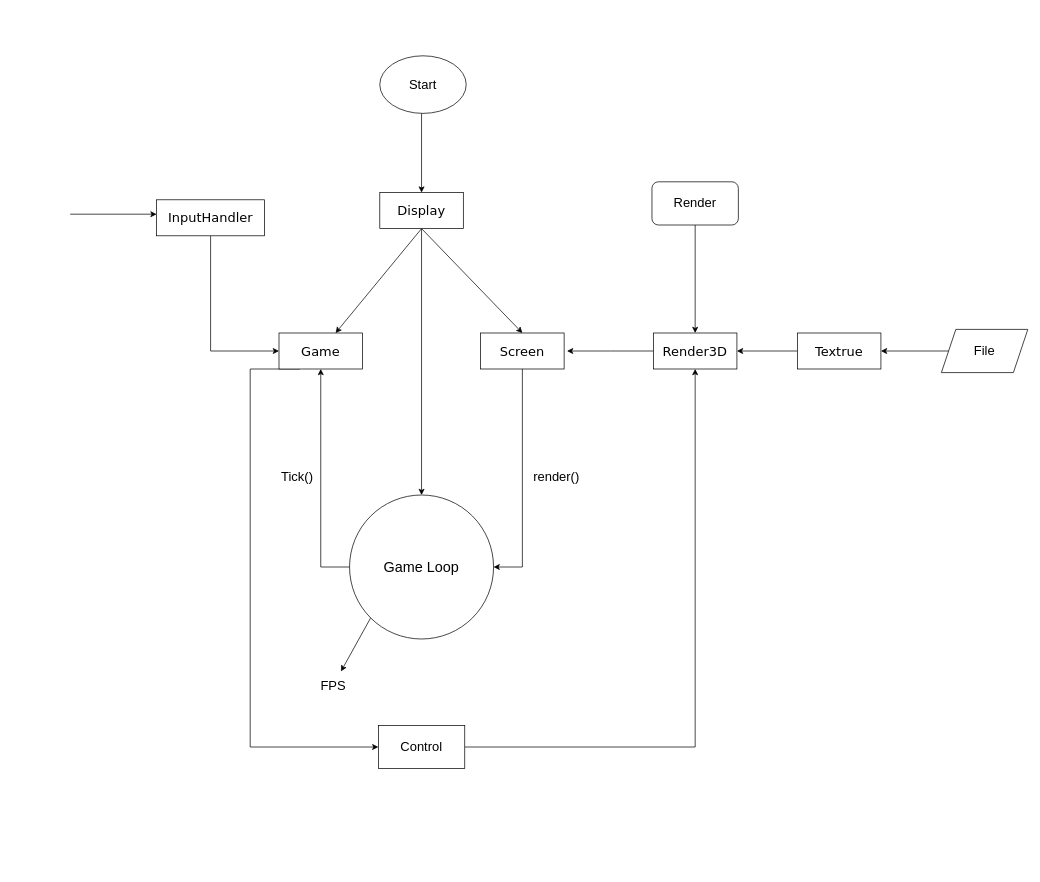
Before: 3D FPS GAME.drawio in xiaodongYao/DrawIO, a draw.io diagram. Source tidied: cells renumbered, new cells numbered last; positions are measured from the earlier drawing's top-left corner, leaving out a move shared by most shapes. Both pictures are drawn from the tidied source at 72%, with x=0, y=0 at pixel (70, 55).
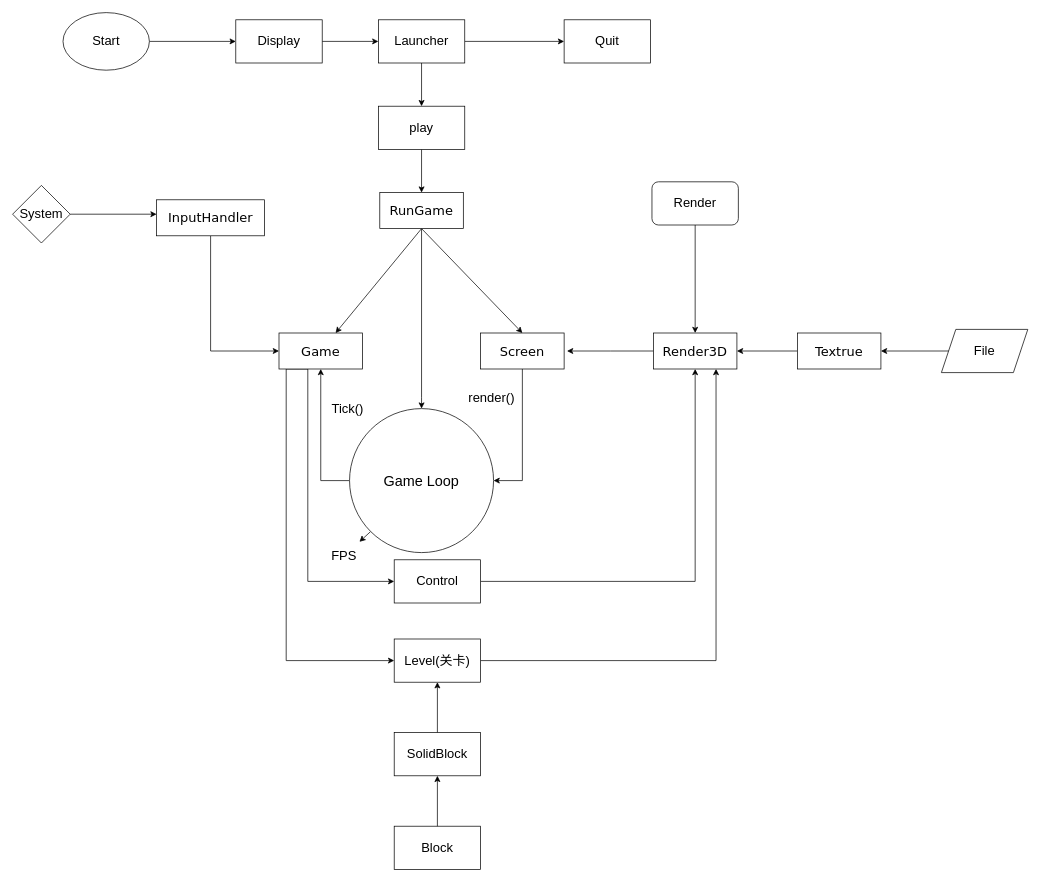
The same page after the edit.

Unchanged cells that the change refers to:
```xml
<mxCell id="7" value="Game" style="rounded=0;whiteSpace=wrap;html=1;fontFamily=Verdana;fontSize=18;" parent="1" vertex="1">
  <mxGeometry x="290" y="385" width="116" height="50" as="geometry" />
</mxCell>
<mxCell id="10" value="Render3D" style="rounded=0;whiteSpace=wrap;html=1;fontFamily=Verdana;fontSize=18;" parent="1" vertex="1">
  <mxGeometry x="810" y="385" width="116" height="50" as="geometry" />
</mxCell>
```

What changed in the source:
```diff
@@
     <mxCell id="4" style="edgeStyle=orthogonalEdgeStyle;rounded=0;jettySize=auto;html=1;exitX=0.5;exitY=1;exitDx=0;exitDy=0;entryX=0.5;entryY=0;entryDx=0;entryDy=0;" parent="1" edge="1" source="5" target="21">
-      <mxGeometry relative="1" as="geometry" />
+      <mxGeometry relative="1" as="geometry">
+        <Array as="points">
+          <mxPoint x="488" y="475" />
+        </Array>
+      </mxGeometry>
     </mxCell>
-    <mxCell id="5" value="Display" style="rounded=0;whiteSpace=wrap;html=1;fontFamily=Verdana;fontSize=18;" parent="1" vertex="1">
+    <mxCell id="5" value="RunGame" style="rounded=0;whiteSpace=wrap;html=1;fontFamily=Verdana;fontSize=18;" parent="1" vertex="1">
       <mxGeometry x="430" y="190" width="116" height="50" as="geometry" />
     </mxCell>
     <mxCell id="6" style="edgeStyle=orthogonalEdgeStyle;rounded=0;jettySize=auto;html=1;exitX=0.25;exitY=1;exitDx=0;exitDy=0;entryX=0;entryY=0.5;entryDx=0;entryDy=0;" parent="1" edge="1" source="7" target="29">
       <mxGeometry relative="1" as="geometry">
         <Array as="points">
-          <mxPoint x="250" y="435" />
-          <mxPoint x="250" y="960" />
+          <mxPoint x="330" y="435" />
+          <mxPoint x="330" y="730" />
         </Array>
       </mxGeometry>
     </mxCell>
+    <mxCell id="31" style="edgeStyle=orthogonalEdgeStyle;rounded=0;jettySize=auto;html=1;exitX=0.25;exitY=1;exitDx=0;exitDy=0;entryX=0;entryY=0.5;entryDx=0;entryDy=0;" parent="1" edge="1" source="7" target="34">
+      <mxGeometry relative="1" as="geometry">
+        <Array as="points">
+          <mxPoint x="300" y="435" />
+          <mxPoint x="300" y="840" />
+        </Array>
+      </mxGeometry>
+    </mxCell>
@@
-    <mxCell id="17" style="endArrow=classic;html=1;rounded=0;entryX=0.5;entryY=0;entryDx=0;entryDy=0;" parent="1" edge="1" target="5">
-      <mxGeometry relative="1" as="geometry">
-        <mxPoint x="488" y="80" as="sourcePoint" />
-      </mxGeometry>
-    </mxCell>
+    <mxCell id="32" style="edgeStyle=orthogonalEdgeStyle;rounded=0;jettySize=auto;html=1;exitX=1;exitY=0.5;exitDx=0;exitDy=0;" parent="1" edge="1" source="18" target="41">
+      <mxGeometry relative="1" as="geometry" />
+    </mxCell>
     <mxCell id="18" value="Start" style="ellipse;whiteSpace=wrap;html=1;fontSize=18;" parent="1" vertex="1">
-      <mxGeometry x="430" width="120" height="80" as="geometry" />
+      <mxGeometry x="-10" y="-60" width="120" height="80" as="geometry" />
     </mxCell>
@@
     <mxCell id="21" value="Game Loop" style="ellipse;whiteSpace=wrap;html=1;fontSize=20;" parent="1" vertex="1">
-      <mxGeometry x="388" y="610" width="200" height="200" as="geometry" />
+      <mxGeometry x="388" y="490" width="200" height="200" as="geometry" />
     </mxCell>
@@
     <mxCell id="24" value="Tick()" style="text;html=1;align=center;verticalAlign=middle;strokeColor=none;fillColor=none;fontSize=18;" parent="1" vertex="1">
-      <mxGeometry x="280" y="565" width="70" height="40" as="geometry" />
+      <mxGeometry x="350" y="470" width="70" height="40" as="geometry" />
     </mxCell>
     <mxCell id="25" value="FPS" style="text;html=1;align=center;verticalAlign=middle;points=[];strokeColor=none;fillColor=none;fontSize=18;" parent="1" vertex="1">
-      <mxGeometry x="335" y="855" width="60" height="40" as="geometry" />
+      <mxGeometry x="350" y="675" width="60" height="40" as="geometry" />
     </mxCell>
@@
     <mxCell id="27" value="render()" style="text;html=1;align=center;verticalAlign=middle;strokeColor=none;fillColor=none;fontSize=18;" parent="1" vertex="1">
-      <mxGeometry x="630" y="565" width="90" height="40" as="geometry" />
+      <mxGeometry x="540" y="455" width="90" height="40" as="geometry" />
     </mxCell>
@@
     <mxCell id="29" value="Control" style="rounded=0;whiteSpace=wrap;html=1;fontSize=18;" parent="1" vertex="1">
-      <mxGeometry x="428" y="930" width="120" height="60" as="geometry" />
+      <mxGeometry x="450" y="700" width="120" height="60" as="geometry" />
     </mxCell>
@@
+    <mxCell id="33" style="edgeStyle=orthogonalEdgeStyle;rounded=0;jettySize=auto;html=1;exitX=1;exitY=0.5;exitDx=0;exitDy=0;entryX=0.75;entryY=1;entryDx=0;entryDy=0;" parent="1" edge="1" source="34" target="10">
+      <mxGeometry relative="1" as="geometry" />
+    </mxCell>
+    <mxCell id="34" value="Level(关卡)" style="rounded=0;whiteSpace=wrap;html=1;fontSize=18;" parent="1" vertex="1">
+      <mxGeometry x="450" y="810" width="120" height="60" as="geometry" />
+    </mxCell>
+    <mxCell id="35" value="Block" style="rounded=0;whiteSpace=wrap;html=1;fontSize=18;" parent="1" vertex="1">
+      <mxGeometry x="450" y="1070" width="120" height="60" as="geometry" />
+    </mxCell>
+    <mxCell id="36" style="edgeStyle=orthogonalEdgeStyle;rounded=0;jettySize=auto;html=1;entryX=0.5;entryY=1;entryDx=0;entryDy=0;exitX=0.5;exitY=0;exitDx=0;exitDy=0;" parent="1" edge="1" source="35" target="38">
+      <mxGeometry relative="1" as="geometry" />
+    </mxCell>
+    <mxCell id="37" style="edgeStyle=orthogonalEdgeStyle;rounded=0;jettySize=auto;html=1;exitX=0.5;exitY=0;exitDx=0;exitDy=0;entryX=0.5;entryY=1;entryDx=0;entryDy=0;" parent="1" edge="1" source="38" target="34">
+      <mxGeometry relative="1" as="geometry" />
+    </mxCell>
+    <mxCell id="38" value="SolidBlock" style="rounded=0;whiteSpace=wrap;html=1;fontSize=18;" parent="1" vertex="1">
+      <mxGeometry x="450" y="940" width="120" height="60" as="geometry" />
+    </mxCell>
+    <mxCell id="39" value="System" style="rhombus;whiteSpace=wrap;html=1;fontSize=18;" parent="1" vertex="1">
+      <mxGeometry x="-80" y="180" width="80" height="80" as="geometry" />
+    </mxCell>
+    <mxCell id="40" style="edgeStyle=orthogonalEdgeStyle;rounded=0;jettySize=auto;html=1;exitX=1;exitY=0.5;exitDx=0;exitDy=0;entryX=0;entryY=0.5;entryDx=0;entryDy=0;" parent="1" edge="1" source="41" target="44">
+      <mxGeometry relative="1" as="geometry" />
+    </mxCell>
+    <mxCell id="41" value="Display" style="rounded=0;whiteSpace=wrap;html=1;fontSize=18;" parent="1" vertex="1">
+      <mxGeometry x="230" y="-50" width="120" height="60" as="geometry" />
+    </mxCell>
+    <mxCell id="42" style="edgeStyle=orthogonalEdgeStyle;rounded=0;jettySize=auto;html=1;exitX=0.5;exitY=1;exitDx=0;exitDy=0;entryX=0.5;entryY=0;entryDx=0;entryDy=0;" parent="1" edge="1" source="44" target="46">
+      <mxGeometry relative="1" as="geometry" />
+    </mxCell>
+    <mxCell id="43" style="edgeStyle=orthogonalEdgeStyle;rounded=0;jettySize=auto;html=1;exitX=1;exitY=0.5;exitDx=0;exitDy=0;" parent="1" edge="1" source="44" target="47">
+      <mxGeometry relative="1" as="geometry" />
+    </mxCell>
+    <mxCell id="44" value="Launcher" style="rounded=0;whiteSpace=wrap;html=1;fontSize=18;" parent="1" vertex="1">
+      <mxGeometry x="428" y="-50" width="120" height="60" as="geometry" />
+    </mxCell>
+    <mxCell id="45" style="edgeStyle=orthogonalEdgeStyle;rounded=0;jettySize=auto;html=1;exitX=0.5;exitY=1;exitDx=0;exitDy=0;entryX=0.5;entryY=0;entryDx=0;entryDy=0;" parent="1" edge="1" source="46" target="5">
+      <mxGeometry relative="1" as="geometry" />
+    </mxCell>
+    <mxCell id="46" value="play" style="rounded=0;whiteSpace=wrap;html=1;fontSize=18;" parent="1" vertex="1">
+      <mxGeometry x="428" y="70" width="120" height="60" as="geometry" />
+    </mxCell>
+    <mxCell id="47" value="Quit" style="rounded=0;whiteSpace=wrap;html=1;fontSize=18;" parent="1" vertex="1">
+      <mxGeometry x="686" y="-50" width="120" height="60" as="geometry" />
+    </mxCell>
```
